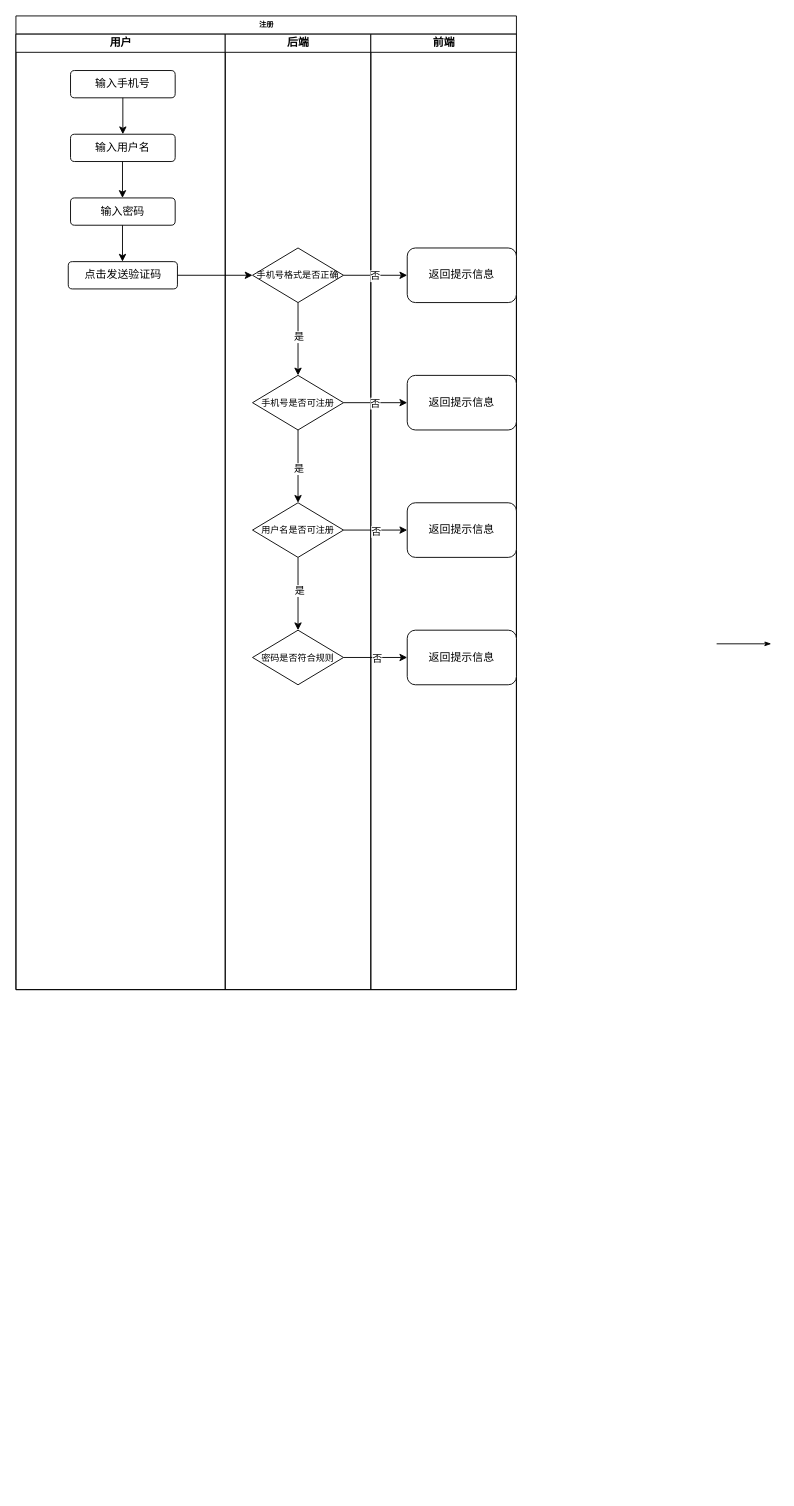
The draw.io diagram 注册登录.drawio in chendong-1/draw, before the edit. Source tidied: cells renumbered, new cells numbered last; positions are measured from the earlier drawing's top-left corner, leaving out a move shared by most shapes. Both pictures are drawn from the tidied source at 91%, with x=0, y=0 at pixel (15, 15).
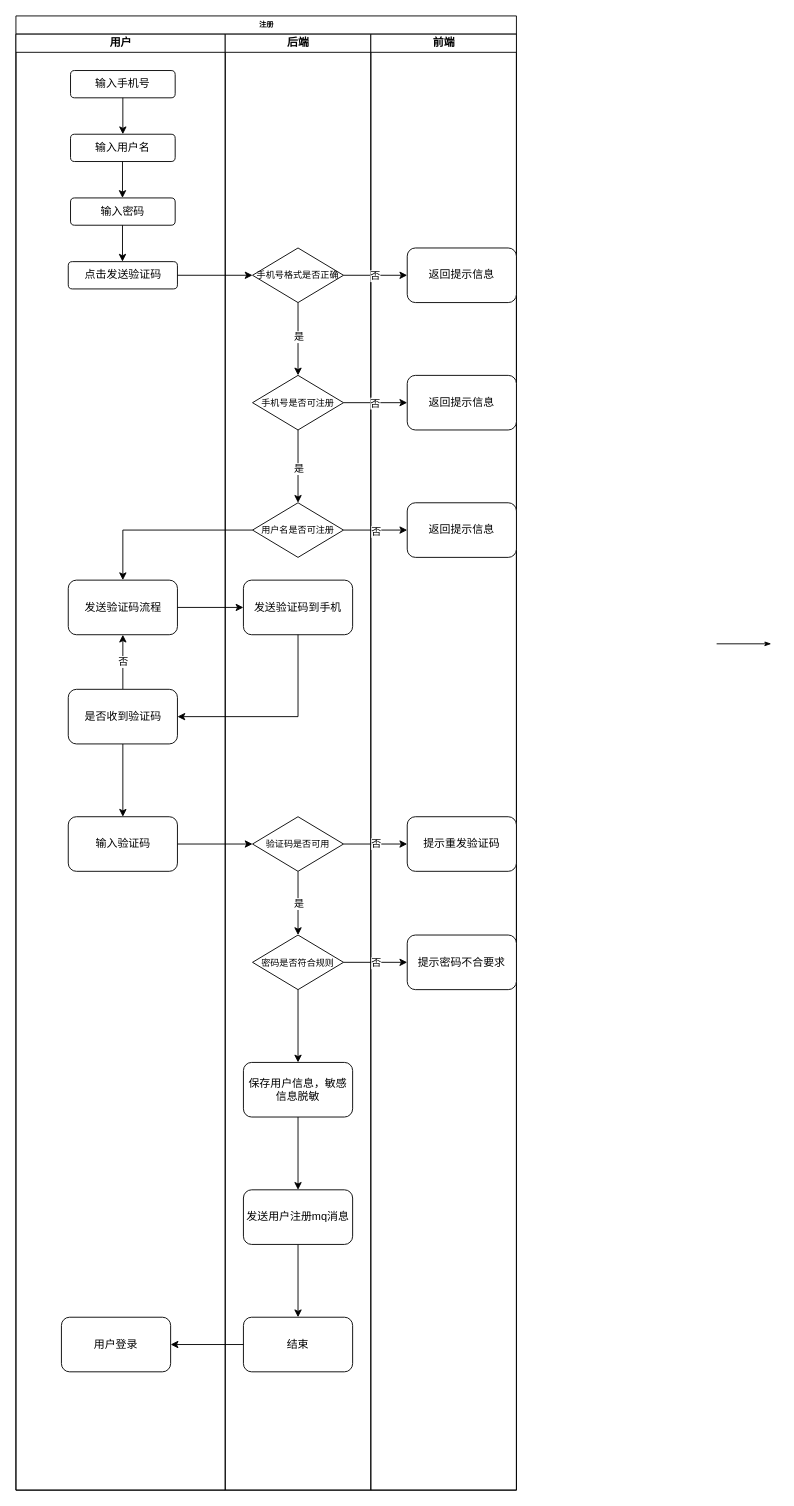
The same page after the edit.

Commit message (it also covers changes not shown here):
更新注册登录.drawio

The edit, as a diff of the source:
```diff
@@
     <mxCell id="2" value="注册" style="swimlane;html=1;startSize=20;rounded=0;shadow=0;labelBackgroundColor=none;strokeWidth=1;fontFamily=Verdana;fontSize=8;align=center;" parent="1" vertex="1">
-      <mxGeometry width="550" height="1070" as="geometry" />
+      <mxGeometry width="550" height="1620" as="geometry" />
     </mxCell>
@@
     <mxCell id="4" value="用户" style="swimlane;html=1;startSize=20;" parent="2" vertex="1">
-      <mxGeometry y="20" width="230" height="1050" as="geometry" />
+      <mxGeometry y="20" width="230" height="1600" as="geometry" />
     </mxCell>
@@
+    <mxCell id="37" value="发送验证码流程" style="rounded=1;whiteSpace=wrap;html=1;" parent="4" vertex="1">
+      <mxGeometry x="57.5" y="600" width="120" height="60" as="geometry" />
+    </mxCell>
+    <mxCell id="38" style="edgeStyle=orthogonalEdgeStyle;rounded=0;jettySize=auto;html=1;" parent="4" edge="1" source="41" target="37">
+      <mxGeometry relative="1" as="geometry" />
+    </mxCell>
+    <mxCell id="39" value="否" style="edgeLabel;html=1;align=center;verticalAlign=middle;" parent="38" vertex="1">
+      <mxGeometry x="0.04" relative="1" as="geometry" />
+    </mxCell>
+    <mxCell id="40" style="edgeStyle=orthogonalEdgeStyle;rounded=0;jettySize=auto;html=1;" parent="4" edge="1" source="41" target="42">
+      <mxGeometry relative="1" as="geometry" />
+    </mxCell>
+    <mxCell id="41" value="是否收到验证码" style="rounded=1;whiteSpace=wrap;html=1;" parent="4" vertex="1">
+      <mxGeometry x="57.5" y="720" width="120" height="60" as="geometry" />
+    </mxCell>
+    <mxCell id="42" value="输入验证码" style="rounded=1;whiteSpace=wrap;html=1;" parent="4" vertex="1">
+      <mxGeometry x="57.5" y="860" width="120" height="60" as="geometry" />
+    </mxCell>
+    <mxCell id="43" value="用户登录" style="rounded=1;whiteSpace=wrap;html=1;" parent="4" vertex="1">
+      <mxGeometry x="50" y="1410" width="120" height="60" as="geometry" />
+    </mxCell>
     <mxCell id="12" value="后端" style="swimlane;html=1;startSize=20;" parent="2" vertex="1">
-      <mxGeometry x="230" y="20" width="160" height="1050" as="geometry" />
+      <mxGeometry x="230" y="20" width="160" height="1600" as="geometry" />
     </mxCell>
@@
-    <mxCell id="19" style="edgeStyle=orthogonalEdgeStyle;rounded=0;jettySize=auto;html=1;" parent="12" edge="1" source="21" target="22">
-      <mxGeometry relative="1" as="geometry" />
-    </mxCell>
+    <mxCell id="21" value="&lt;font style=&quot;font-size: 10px;&quot;&gt;用户名是否可注册&lt;/font&gt;" style="rhombus;whiteSpace=wrap;html=1;" parent="12" vertex="1">
+      <mxGeometry x="30" y="515" width="100" height="60" as="geometry" />
+    </mxCell>
+    <mxCell id="44" style="edgeStyle=orthogonalEdgeStyle;rounded=0;jettySize=auto;html=1;" parent="12" edge="1" source="22" target="49">
+      <mxGeometry relative="1" as="geometry" />
+    </mxCell>
+    <mxCell id="22" value="&lt;font style=&quot;font-size: 10px;&quot;&gt;密码是否符合规则&lt;/font&gt;" style="rhombus;whiteSpace=wrap;html=1;" parent="12" vertex="1">
+      <mxGeometry x="30" y="990" width="100" height="60" as="geometry" />
+    </mxCell>
+    <mxCell id="45" value="发送验证码到手机" style="rounded=1;whiteSpace=wrap;html=1;" parent="12" vertex="1">
+      <mxGeometry x="20" y="600" width="120" height="60" as="geometry" />
+    </mxCell>
+    <mxCell id="46" style="edgeStyle=orthogonalEdgeStyle;rounded=0;jettySize=auto;html=1;" parent="12" edge="1" source="47" target="22">
+      <mxGeometry relative="1" as="geometry" />
+    </mxCell>
-    <mxCell id="20" value="是" style="edgeLabel;html=1;align=center;verticalAlign=middle;" parent="19" vertex="1">
-      <mxGeometry x="-0.09" y="1" relative="1" as="geometry" />
+    <mxCell id="20" value="是" style="edgeLabel;html=1;align=center;verticalAlign=middle;" parent="46" vertex="1">
+      <mxGeometry relative="1" as="geometry" />
     </mxCell>
-    <mxCell id="21" value="&lt;font style=&quot;font-size: 10px;&quot;&gt;用户名是否可注册&lt;/font&gt;" style="rhombus;whiteSpace=wrap;html=1;" parent="12" vertex="1">
-      <mxGeometry x="30" y="515" width="100" height="60" as="geometry" />
-    </mxCell>
-    <mxCell id="22" value="&lt;font style=&quot;font-size: 10px;&quot;&gt;密码是否符合规则&lt;/font&gt;" style="rhombus;whiteSpace=wrap;html=1;" parent="12" vertex="1">
-      <mxGeometry x="30" y="655" width="100" height="60" as="geometry" />
-    </mxCell>
+    <mxCell id="47" value="&lt;font style=&quot;font-size: 10px;&quot;&gt;验证码是否可用&lt;/font&gt;" style="rhombus;whiteSpace=wrap;html=1;" parent="12" vertex="1">
+      <mxGeometry x="30" y="860" width="100" height="60" as="geometry" />
+    </mxCell>
+    <mxCell id="48" style="edgeStyle=orthogonalEdgeStyle;rounded=0;jettySize=auto;html=1;" parent="12" edge="1" source="49" target="51">
+      <mxGeometry relative="1" as="geometry" />
+    </mxCell>
+    <mxCell id="49" value="保存用户信息，敏感信息脱敏" style="rounded=1;whiteSpace=wrap;html=1;" parent="12" vertex="1">
+      <mxGeometry x="20" y="1130" width="120" height="60" as="geometry" />
+    </mxCell>
+    <mxCell id="50" style="edgeStyle=orthogonalEdgeStyle;rounded=0;jettySize=auto;html=1;" parent="12" edge="1" source="51" target="52">
+      <mxGeometry relative="1" as="geometry" />
+    </mxCell>
+    <mxCell id="51" value="发送用户注册mq消息" style="rounded=1;whiteSpace=wrap;html=1;" parent="12" vertex="1">
+      <mxGeometry x="20" y="1270" width="120" height="60" as="geometry" />
+    </mxCell>
+    <mxCell id="52" value="结束" style="rounded=1;whiteSpace=wrap;html=1;" parent="12" vertex="1">
+      <mxGeometry x="20" y="1410" width="120" height="60" as="geometry" />
+    </mxCell>
     <mxCell id="23" value="前端" style="swimlane;html=1;startSize=20;" parent="2" vertex="1">
-      <mxGeometry x="390" y="20" width="160" height="1050" as="geometry" />
+      <mxGeometry x="390" y="20" width="160" height="1600" as="geometry" />
     </mxCell>
@@
-    <mxCell id="27" value="返回提示信息" style="rounded=1;whiteSpace=wrap;html=1;" parent="23" vertex="1">
-      <mxGeometry x="40" y="655" width="120" height="60" as="geometry" />
-    </mxCell>
+    <mxCell id="53" value="提示重发验证码" style="rounded=1;whiteSpace=wrap;html=1;" parent="23" vertex="1">
+      <mxGeometry x="40" y="860" width="120" height="60" as="geometry" />
+    </mxCell>
+    <mxCell id="54" value="提示密码不合要求" style="rounded=1;whiteSpace=wrap;html=1;" parent="23" vertex="1">
+      <mxGeometry x="40" y="990" width="120" height="60" as="geometry" />
+    </mxCell>
@@
-    <mxCell id="35" style="edgeStyle=orthogonalEdgeStyle;rounded=0;jettySize=auto;html=1;" parent="2" edge="1" source="22" target="27">
-      <mxGeometry relative="1" as="geometry" />
-    </mxCell>
-    <mxCell id="36" value="否" style="edgeLabel;html=1;align=center;verticalAlign=middle;" parent="35" vertex="1">
-      <mxGeometry x="0.02" relative="1" as="geometry" />
-    </mxCell>
+    <mxCell id="55" style="edgeStyle=orthogonalEdgeStyle;rounded=0;jettySize=auto;html=1;" parent="2" edge="1" source="21" target="37">
+      <mxGeometry relative="1" as="geometry" />
+    </mxCell>
+    <mxCell id="56" style="edgeStyle=orthogonalEdgeStyle;rounded=0;jettySize=auto;html=1;" parent="2" edge="1" source="37" target="45">
+      <mxGeometry relative="1" as="geometry" />
+    </mxCell>
+    <mxCell id="57" style="endArrow=classic;html=1;rounded=0;exitX=0.5;exitY=1;exitDx=0;exitDy=0;entryX=1;entryY=0.5;entryDx=0;entryDy=0;" parent="2" edge="1" source="45" target="41">
+      <mxGeometry relative="1" as="geometry">
+        <Array as="points">
+          <mxPoint x="310" y="770" />
+        </Array>
+      </mxGeometry>
+    </mxCell>
+    <mxCell id="58" style="edgeStyle=orthogonalEdgeStyle;rounded=0;jettySize=auto;html=1;" parent="2" edge="1" source="42" target="47">
+      <mxGeometry relative="1" as="geometry" />
+    </mxCell>
+    <mxCell id="59" style="edgeStyle=orthogonalEdgeStyle;rounded=0;jettySize=auto;html=1;" parent="2" edge="1" source="47" target="53">
+      <mxGeometry relative="1" as="geometry" />
+    </mxCell>
+    <mxCell id="60" value="否" style="edgeLabel;html=1;align=center;verticalAlign=middle;" parent="59" vertex="1">
+      <mxGeometry x="-0.02" y="1" relative="1" as="geometry">
+        <mxPoint x="1" as="offset" />
+      </mxGeometry>
+    </mxCell>
+    <mxCell id="61" style="edgeStyle=orthogonalEdgeStyle;rounded=0;jettySize=auto;html=1;" parent="2" edge="1" source="22" target="54">
+      <mxGeometry relative="1" as="geometry" />
+    </mxCell>
+    <mxCell id="62" value="否" style="edgeLabel;html=1;align=center;verticalAlign=middle;" parent="61" vertex="1">
+      <mxGeometry x="0.04" relative="1" as="geometry">
+        <mxPoint x="-1" as="offset" />
+      </mxGeometry>
+    </mxCell>
+    <mxCell id="63" style="edgeStyle=orthogonalEdgeStyle;rounded=0;jettySize=auto;html=1;" parent="2" edge="1" source="52" target="43">
+      <mxGeometry relative="1" as="geometry" />
+    </mxCell>
```
